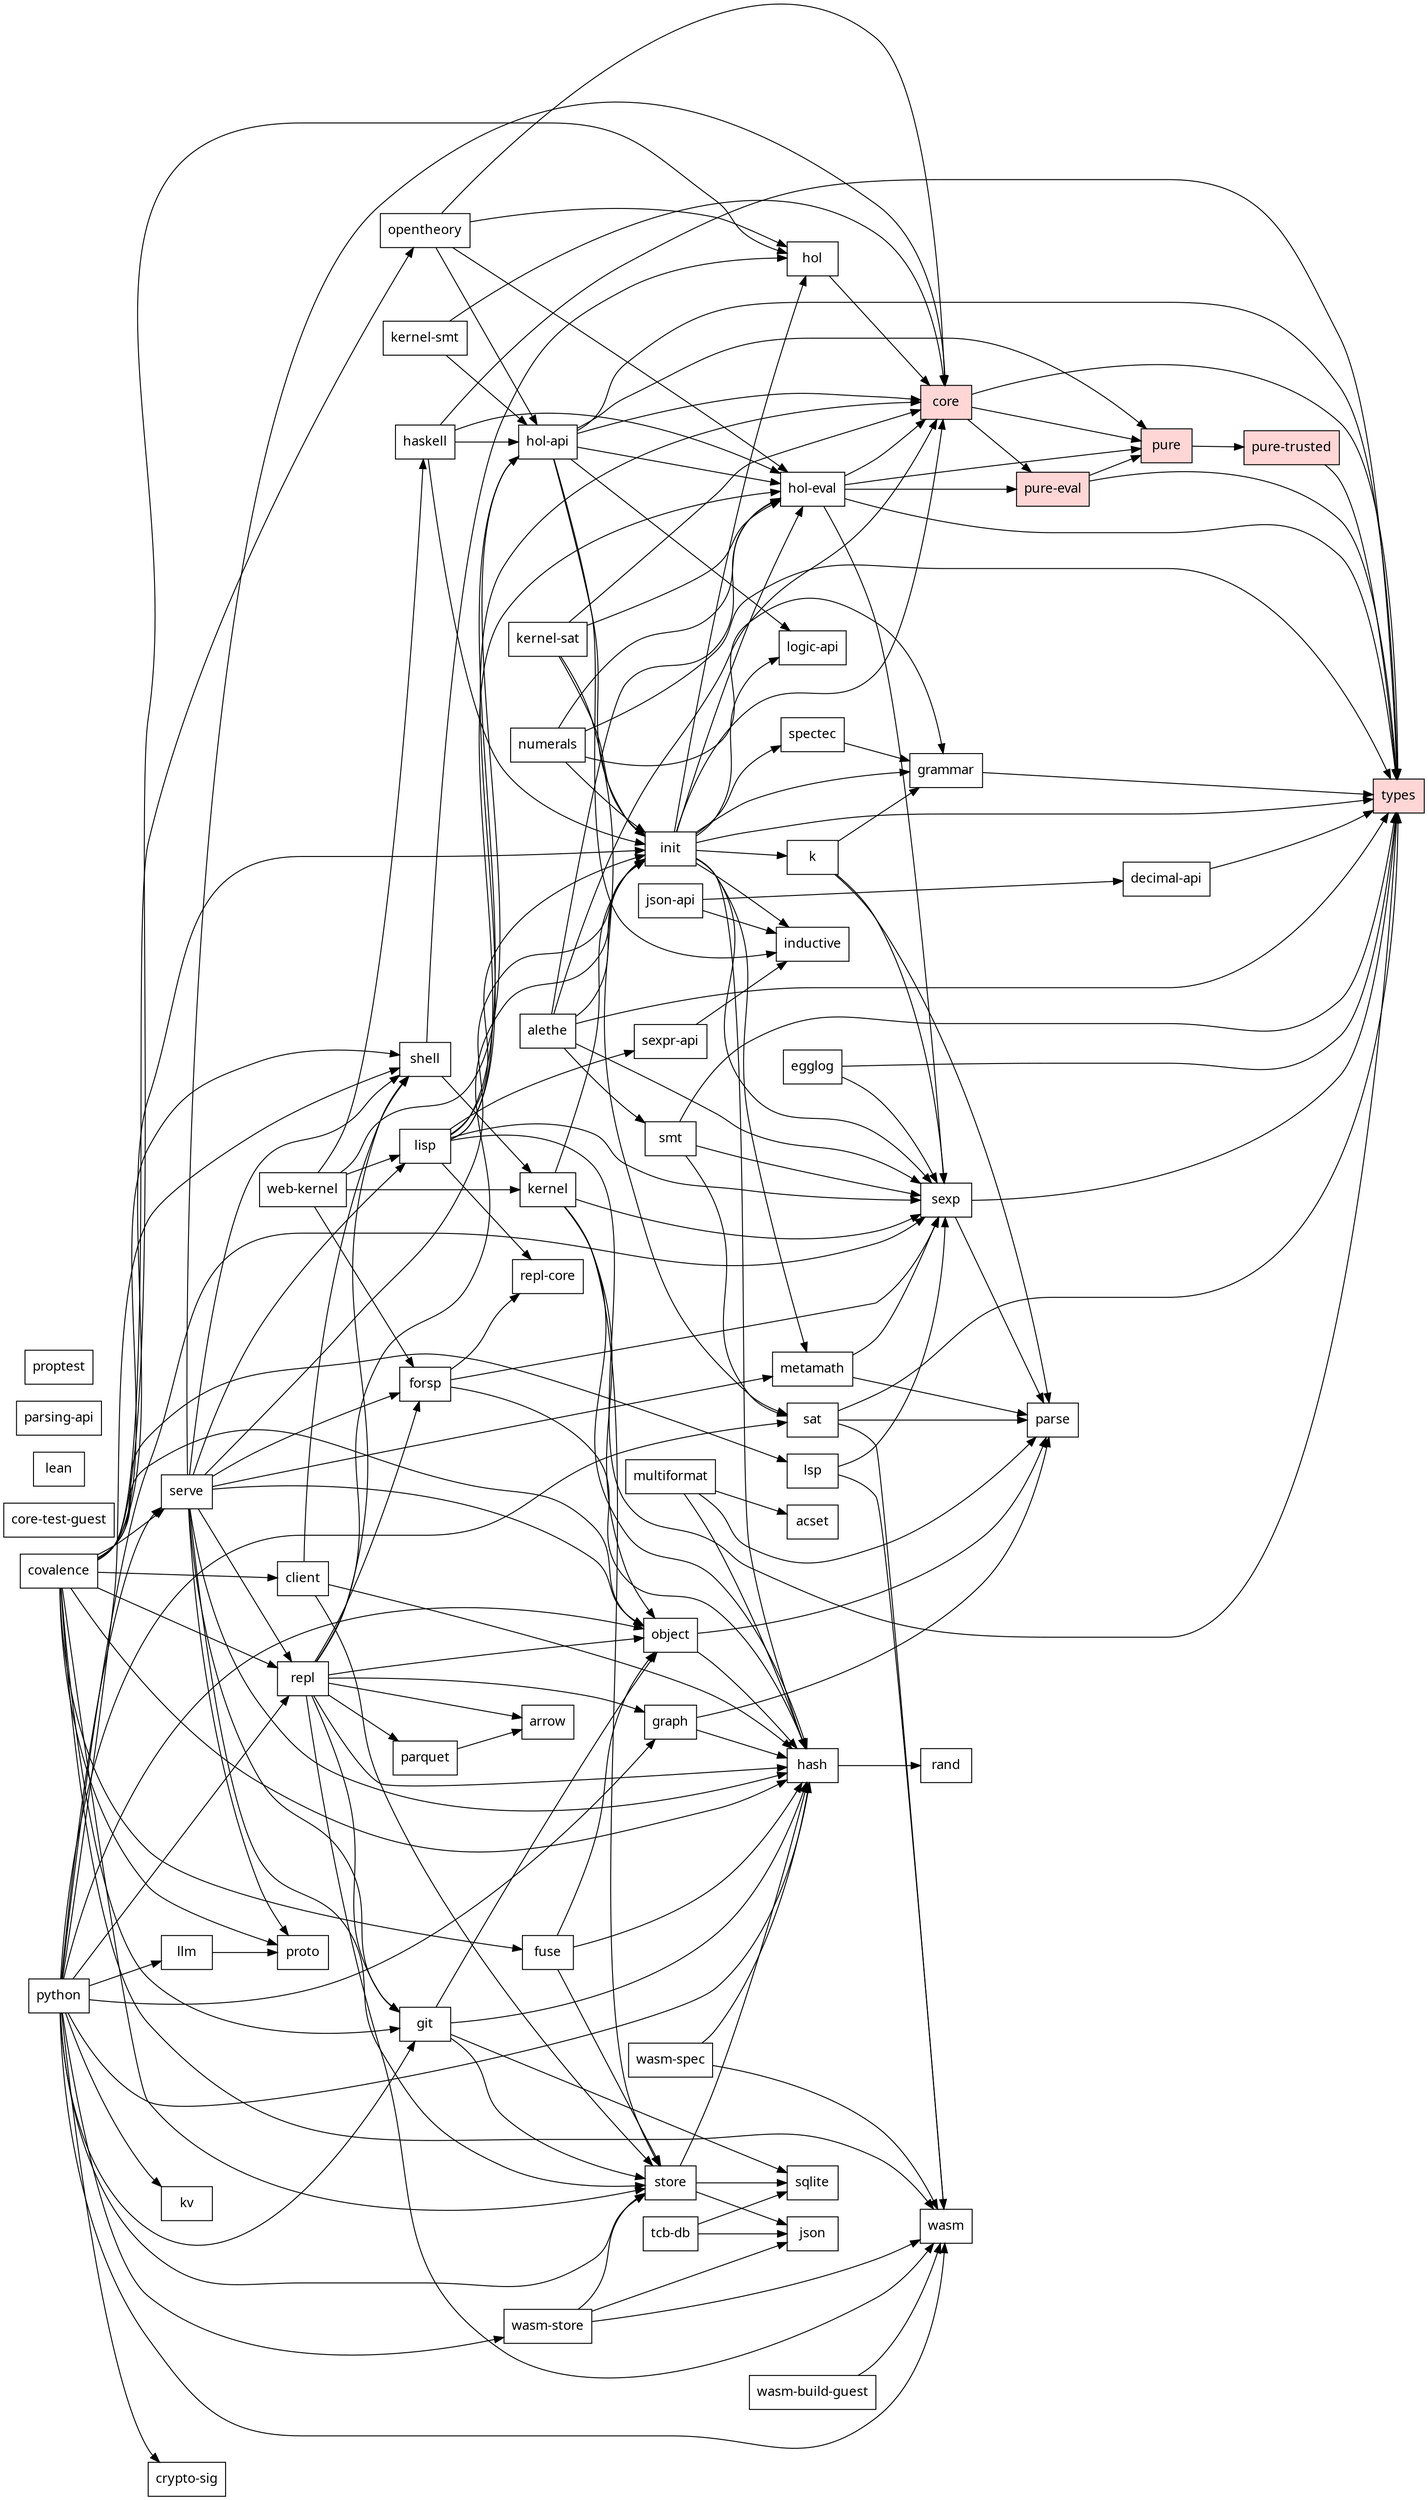
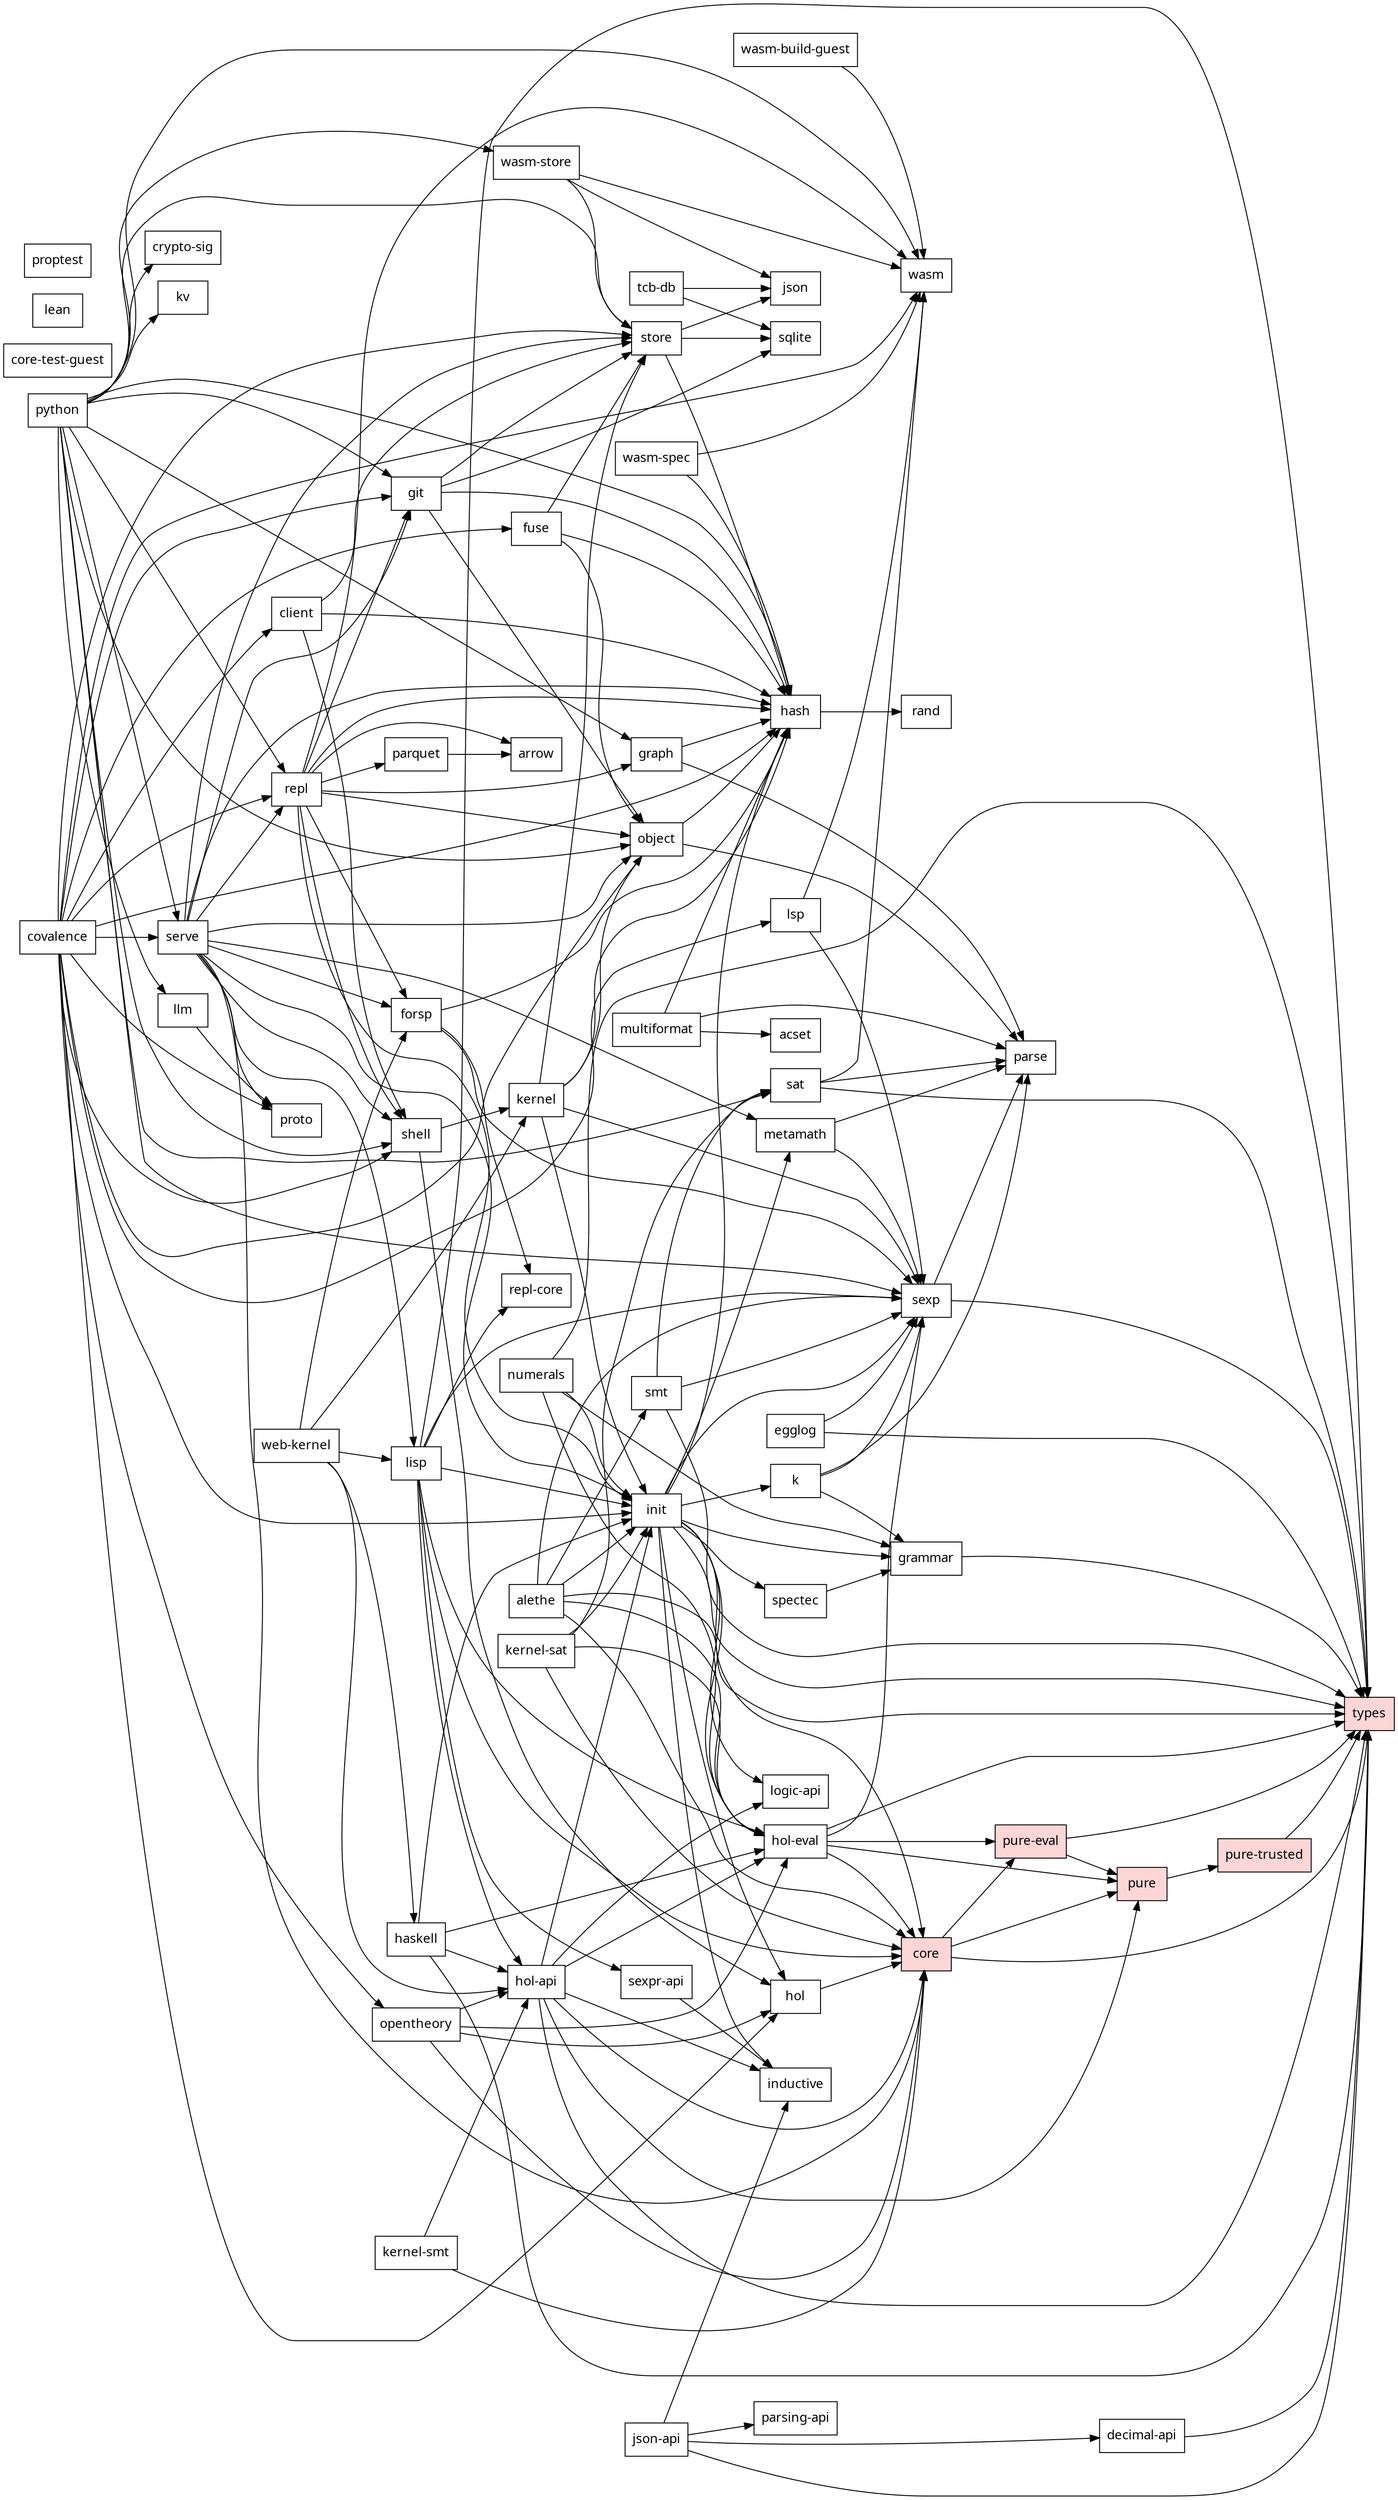
// Generated by scripts/dep-graph.mjs — do not edit (run `bun run deps`).
digraph deps {
  rankdir=LR;
  node [shape=box, fontname="sans-serif"];
  "covalence";
  "acset";
  "alethe";
  "arrow";
  "client";
  "core" [style=filled, fillcolor="#ffd6d6"];
  "core-test-guest";
  "crypto-sig";
  "decimal-api";
  "egglog";
  "forsp";
  "fuse";
  "git";
  "grammar";
  "graph";
  "hash";
  "haskell";
  "hol";
  "hol-api";
  "hol-eval";
  "inductive";
  "init";
  "json";
  "json-api";
  "k";
  "kernel";
  "kernel-sat";
  "kernel-smt";
  "kv";
  "lean";
  "lisp";
  "llm";
  "logic-api";
  "lsp";
  "metamath";
  "multiformat";
  "numerals";
  "object";
  "opentheory";
  "parquet";
  "parse";
  "parsing-api";
  "proptest";
  "proto";
  "pure" [style=filled, fillcolor="#ffd6d6"];
  "pure-eval" [style=filled, fillcolor="#ffd6d6"];
  "pure-trusted" [style=filled, fillcolor="#ffd6d6"];
  "python";
  "rand";
  "repl";
  "repl-core";
  "sat";
  "serve";
  "sexp";
  "sexpr-api";
  "shell";
  "smt";
  "spectec";
  "sqlite";
  "store";
  "tcb-db";
  "types" [style=filled, fillcolor="#ffd6d6"];
  "wasm";
  "wasm-build-guest";
  "wasm-spec";
  "wasm-store";
  "web-kernel";
  "covalence" -> "client";
  "covalence" -> "fuse";
  "covalence" -> "git";
  "covalence" -> "hash";
  "covalence" -> "hol";
  "covalence" -> "init";
  "covalence" -> "lsp";
  "covalence" -> "object";
  "covalence" -> "opentheory";
  "covalence" -> "proto";
  "covalence" -> "repl";
  "covalence" -> "serve";
  "covalence" -> "shell";
  "covalence" -> "store";
  "covalence" -> "wasm";
  "alethe" -> "core";
  "alethe" -> "hol-eval";
  "alethe" -> "init";
  "alethe" -> "sexp";
  "alethe" -> "smt";
  "alethe" -> "types";
  "client" -> "hash";
  "client" -> "shell";
  "client" -> "store";
  "core" -> "pure";
  "core" -> "pure-eval";
  "core" -> "types";
  "decimal-api" -> "types";
  "egglog" -> "sexp";
  "egglog" -> "types";
  "forsp" -> "hash";
  "forsp" -> "repl-core";
  "forsp" -> "sexp";
  "fuse" -> "hash";
  "fuse" -> "object";
  "fuse" -> "store";
  "git" -> "hash";
  "git" -> "object";
  "git" -> "sqlite";
  "git" -> "store";
  "grammar" -> "types";
  "graph" -> "hash";
  "graph" -> "parse";
  "hash" -> "rand";
  "haskell" -> "hol-api";
  "haskell" -> "hol-eval";
  "haskell" -> "init";
  "haskell" -> "types";
  "hol" -> "core";
  "hol-api" -> "core";
  "hol-api" -> "hol-eval";
  "hol-api" -> "inductive";
  "hol-api" -> "init";
  "hol-api" -> "logic-api";
  "hol-api" -> "pure";
  "hol-api" -> "types";
  "hol-eval" -> "core";
  "hol-eval" -> "pure";
  "hol-eval" -> "pure-eval";
  "hol-eval" -> "sexp";
  "hol-eval" -> "types";
  "init" -> "core";
  "init" -> "grammar";
  "init" -> "hash";
  "init" -> "hol";
  "init" -> "hol-eval";
  "init" -> "inductive";
  "init" -> "k";
  "init" -> "logic-api";
  "init" -> "metamath";
  "init" -> "sexp";
  "init" -> "spectec";
  "init" -> "types";
  "json-api" -> "decimal-api";
  "json-api" -> "inductive";
+   "json-api" -> "parsing-api";
+   "json-api" -> "types";
  "k" -> "grammar";
  "k" -> "parse";
  "k" -> "sexp";
  "kernel" -> "hash";
  "kernel" -> "init";
  "kernel" -> "object";
  "kernel" -> "sexp";
  "kernel" -> "store";
  "kernel-sat" -> "core";
  "kernel-sat" -> "hol-eval";
  "kernel-sat" -> "init";
  "kernel-sat" -> "sat";
  "kernel-smt" -> "core";
  "kernel-smt" -> "hol-api";
  "lisp" -> "core";
  "lisp" -> "hol-api";
  "lisp" -> "hol-eval";
  "lisp" -> "init";
  "lisp" -> "repl-core";
  "lisp" -> "sexp";
  "lisp" -> "sexpr-api";
  "lisp" -> "types";
  "llm" -> "proto";
  "lsp" -> "sexp";
  "lsp" -> "wasm";
  "metamath" -> "parse";
  "metamath" -> "sexp";
  "multiformat" -> "acset";
  "multiformat" -> "hash";
  "multiformat" -> "parse";
  "numerals" -> "grammar";
  "numerals" -> "hol-eval";
  "numerals" -> "init";
  "numerals" -> "types";
  "object" -> "hash";
  "object" -> "parse";
  "opentheory" -> "core";
  "opentheory" -> "hol";
  "opentheory" -> "hol-api";
  "opentheory" -> "hol-eval";
  "parquet" -> "arrow";
  "pure" -> "pure-trusted";
  "pure-eval" -> "pure";
  "pure-eval" -> "types";
  "pure-trusted" -> "types";
  "python" -> "crypto-sig";
  "python" -> "git";
  "python" -> "graph";
  "python" -> "hash";
  "python" -> "kv";
  "python" -> "llm";
  "python" -> "object";
  "python" -> "repl";
  "python" -> "sat";
  "python" -> "serve";
  "python" -> "sexp";
  "python" -> "shell";
  "python" -> "store";
  "python" -> "wasm";
  "python" -> "wasm-store";
  "repl" -> "arrow";
  "repl" -> "forsp";
  "repl" -> "git";
  "repl" -> "graph";
  "repl" -> "hash";
  "repl" -> "init";
  "repl" -> "object";
  "repl" -> "parquet";
  "repl" -> "shell";
  "repl" -> "wasm";
  "sat" -> "parse";
  "sat" -> "types";
  "sat" -> "wasm";
  "serve" -> "core";
  "serve" -> "forsp";
  "serve" -> "git";
  "serve" -> "hash";
  "serve" -> "init";
  "serve" -> "lisp";
  "serve" -> "metamath";
  "serve" -> "object";
  "serve" -> "proto";
  "serve" -> "repl";
  "serve" -> "shell";
  "serve" -> "store";
  "sexp" -> "parse";
  "sexp" -> "types";
  "sexpr-api" -> "inductive";
  "shell" -> "hol";
  "shell" -> "kernel";
  "smt" -> "sat";
  "smt" -> "sexp";
  "smt" -> "types";
  "spectec" -> "grammar";
  "store" -> "hash";
  "store" -> "json";
  "store" -> "sqlite";
  "tcb-db" -> "json";
  "tcb-db" -> "sqlite";
  "wasm-build-guest" -> "wasm";
  "wasm-spec" -> "hash";
  "wasm-spec" -> "wasm";
  "wasm-store" -> "json";
  "wasm-store" -> "store";
  "wasm-store" -> "wasm";
  "web-kernel" -> "forsp";
  "web-kernel" -> "haskell";
  "web-kernel" -> "hol-api";
  "web-kernel" -> "kernel";
  "web-kernel" -> "lisp";
}
